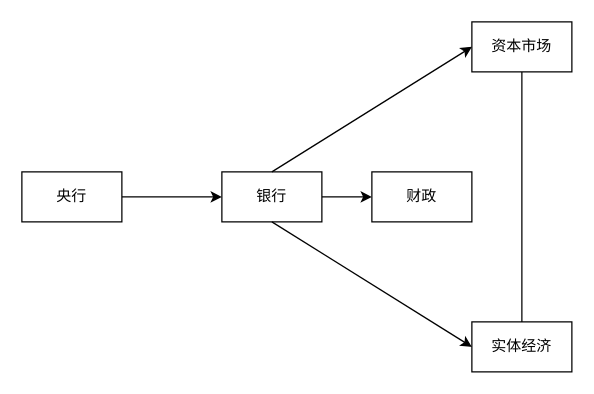
This is 1.drawio from stelvetica/draw.io, a draw.io file, before an edit. Source tidied: cells renumbered, new cells numbered last; positions are measured from the earlier drawing's top-left corner, leaving out a move shared by most shapes. Both pictures are drawn from the tidied source at 125%, with x=0, y=0 at pixel (21, 21).
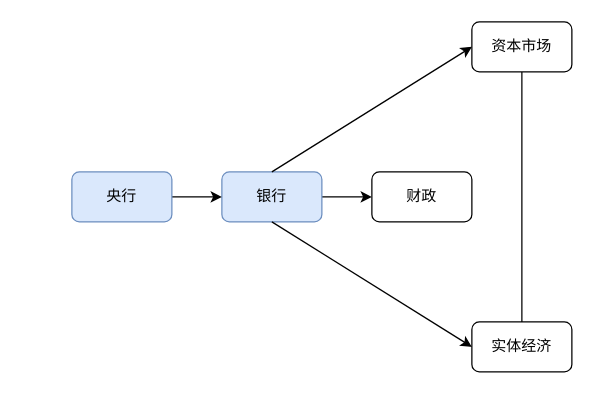
The same diagram, later.

Change to the diagram source:
```diff
@@
 <mxGraphModel>
   <root>
     <mxCell id="0" />
     <mxCell id="1" parent="0" />
-    <mxCell id="2" value="资本市场" style="whiteSpace=wrap;html=1;" parent="1" vertex="1">
+    <mxCell id="2" value="资本市场" style="whiteSpace=wrap;html=1;rounded=1;" parent="1" vertex="1">
       <mxGeometry x="360" width="80" height="40" as="geometry" />
     </mxCell>
-    <mxCell id="3" value="实体经济" style="whiteSpace=wrap;html=1;" parent="1" vertex="1">
+    <mxCell id="3" value="实体经济" style="whiteSpace=wrap;html=1;rounded=1;" parent="1" vertex="1">
       <mxGeometry x="360" y="240" width="80" height="40" as="geometry" />
     </mxCell>
-    <mxCell id="4" style="edgeStyle=orthogonalEdgeStyle;rounded=0;jettySize=auto;html=1;" parent="1" edge="1" source="5" target="11">
+    <mxCell id="4" style="edgeStyle=orthogonalEdgeStyle;rounded=1;jettySize=auto;html=1;" parent="1" edge="1" source="5" target="11">
       <mxGeometry relative="1" as="geometry" />
     </mxCell>
-    <mxCell id="5" value="银行" style="whiteSpace=wrap;html=1;" parent="1" vertex="1">
+    <mxCell id="5" value="银行" style="whiteSpace=wrap;html=1;rounded=1;labelBackgroundColor=none;labelBorderColor=none;fillColor=#dae8fc;strokeColor=#6c8ebf;" parent="1" vertex="1">
       <mxGeometry x="160" y="120" width="80" height="40" as="geometry" />
     </mxCell>
-    <mxCell id="6" style="edgeStyle=orthogonalEdgeStyle;rounded=0;jettySize=auto;html=1;" parent="1" edge="1" source="7" target="5">
+    <mxCell id="6" style="edgeStyle=orthogonalEdgeStyle;rounded=1;jettySize=auto;html=1;" parent="1" edge="1" source="7" target="5">
       <mxGeometry relative="1" as="geometry" />
     </mxCell>
-    <mxCell id="7" value="央行" style="whiteSpace=wrap;html=1;" parent="1" vertex="1">
-      <mxGeometry y="120" width="80" height="40" as="geometry" />
+    <mxCell id="7" value="央行" style="whiteSpace=wrap;html=1;rounded=1;labelBackgroundColor=none;labelBorderColor=none;fillColor=#dae8fc;strokeColor=#6c8ebf;" parent="1" vertex="1">
+      <mxGeometry x="40" y="120" width="80" height="40" as="geometry" />
     </mxCell>
-    <mxCell id="8" style="endArrow=classic;html=1;rounded=0;entryX=0;entryY=0.5;entryDx=0;entryDy=0;exitX=0.5;exitY=1;exitDx=0;exitDy=0;" parent="1" edge="1" source="5" target="3">
+    <mxCell id="8" style="endArrow=classic;html=1;rounded=1;entryX=0;entryY=0.5;entryDx=0;entryDy=0;exitX=0.5;exitY=1;exitDx=0;exitDy=0;" parent="1" edge="1" source="5" target="3">
       <mxGeometry relative="1" as="geometry" />
     </mxCell>
-    <mxCell id="9" style="endArrow=none;html=1;rounded=0;exitX=0.5;exitY=0;exitDx=0;exitDy=0;entryX=0.5;entryY=1;entryDx=0;entryDy=0;" parent="1" edge="1" source="3" target="2">
+    <mxCell id="9" style="endArrow=none;html=1;rounded=1;exitX=0.5;exitY=0;exitDx=0;exitDy=0;entryX=0.5;entryY=1;entryDx=0;entryDy=0;" parent="1" edge="1" source="3" target="2">
       <mxGeometry relative="1" as="geometry" />
     </mxCell>
-    <mxCell id="10" style="endArrow=classic;html=1;rounded=0;exitX=0.5;exitY=0;exitDx=0;exitDy=0;entryX=0;entryY=0.5;entryDx=0;entryDy=0;" parent="1" edge="1" source="5" target="2">
+    <mxCell id="10" style="endArrow=classic;html=1;rounded=1;exitX=0.5;exitY=0;exitDx=0;exitDy=0;entryX=0;entryY=0.5;entryDx=0;entryDy=0;" parent="1" edge="1" source="5" target="2">
       <mxGeometry relative="1" as="geometry" />
     </mxCell>
-    <mxCell id="11" value="财政" style="whiteSpace=wrap;html=1;" parent="1" vertex="1">
+    <mxCell id="11" value="财政" style="whiteSpace=wrap;html=1;rounded=1;" parent="1" vertex="1">
       <mxGeometry x="280" y="120" width="80" height="40" as="geometry" />
     </mxCell>
   </root>
 </mxGraphModel>
```
